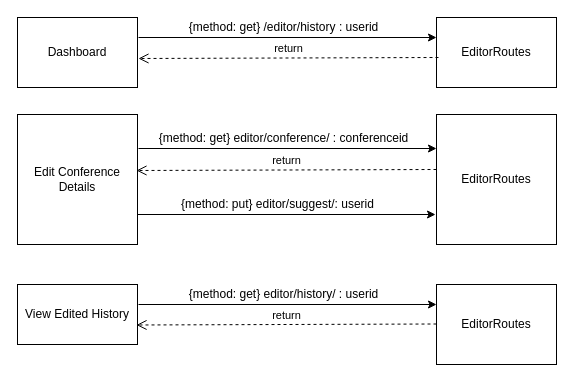
matthew-sliit/conferencemgtool keeps this draw.io diagram as page "editor-NEW" (8 of 9) of diagrams/Sequence_Restapi.drawio. Above is the earlier version. Source tidied: cells renumbered, new cells numbered last; positions are measured from the earlier drawing's top-left corner, leaving out a move shared by most shapes. Both pictures are drawn from the tidied source at 100%, with x=0, y=0 at pixel (17, 17).
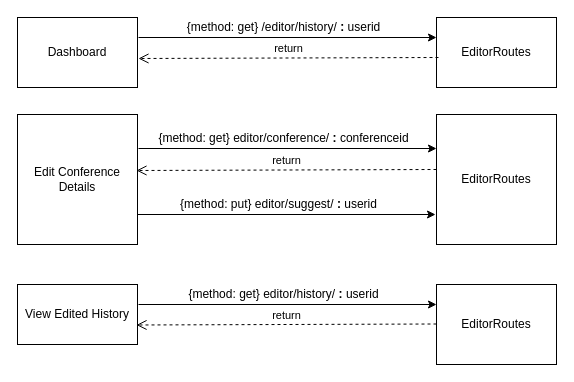
Above is the later version.

Change to the diagram source:
```diff
@@
-    <mxCell id="4" value="{method: get} /editor/history&lt;span&gt;&amp;nbsp;: userid&lt;/span&gt;" style="text;html=1;align=center;verticalAlign=middle;strokeColor=none;" parent="1" vertex="1">
+    <mxCell id="4" value="{method: get} /editor/history/&amp;nbsp;&lt;b&gt;: &lt;/b&gt;userid" style="text;html=1;align=center;verticalAlign=middle;strokeColor=none;" parent="1" vertex="1">
       <mxGeometry x="161" width="210" height="20" as="geometry" />
     </mxCell>
@@
-    <mxCell id="10" value="{method: get} editor/conference/ : conferenceid" style="text;html=1;align=center;verticalAlign=middle;strokeColor=none;" parent="1" vertex="1">
+    <mxCell id="10" value="{method: get} editor/conference/ &lt;b&gt;: &lt;/b&gt;conferenceid" style="text;html=1;align=center;verticalAlign=middle;strokeColor=none;" parent="1" vertex="1">
       <mxGeometry x="131" y="111" width="270" height="20" as="geometry" />
     </mxCell>
@@
-    <mxCell id="13" value="{method: put} editor/suggest/: userid" style="text;html=1;align=center;verticalAlign=middle;strokeColor=none;" parent="1" vertex="1">
-      <mxGeometry x="155" y="177" width="210" height="20" as="geometry" />
+    <mxCell id="13" value="{method: put} editor/suggest/&amp;nbsp;&lt;b&gt;: &lt;/b&gt;userid" style="text;html=1;align=center;verticalAlign=middle;strokeColor=none;" parent="1" vertex="1">
+      <mxGeometry x="156" y="177" width="210" height="20" as="geometry" />
     </mxCell>
@@
-    <mxCell id="16" value="{method: get} editor/history/ : userid" style="text;html=1;align=center;verticalAlign=middle;strokeColor=none;" parent="1" vertex="1">
+    <mxCell id="16" value="{method: get} editor/history/&amp;nbsp;&lt;b&gt;: &lt;/b&gt;userid" style="text;html=1;align=center;verticalAlign=middle;strokeColor=none;" parent="1" vertex="1">
       <mxGeometry x="161" y="267" width="210" height="20" as="geometry" />
     </mxCell>
```
